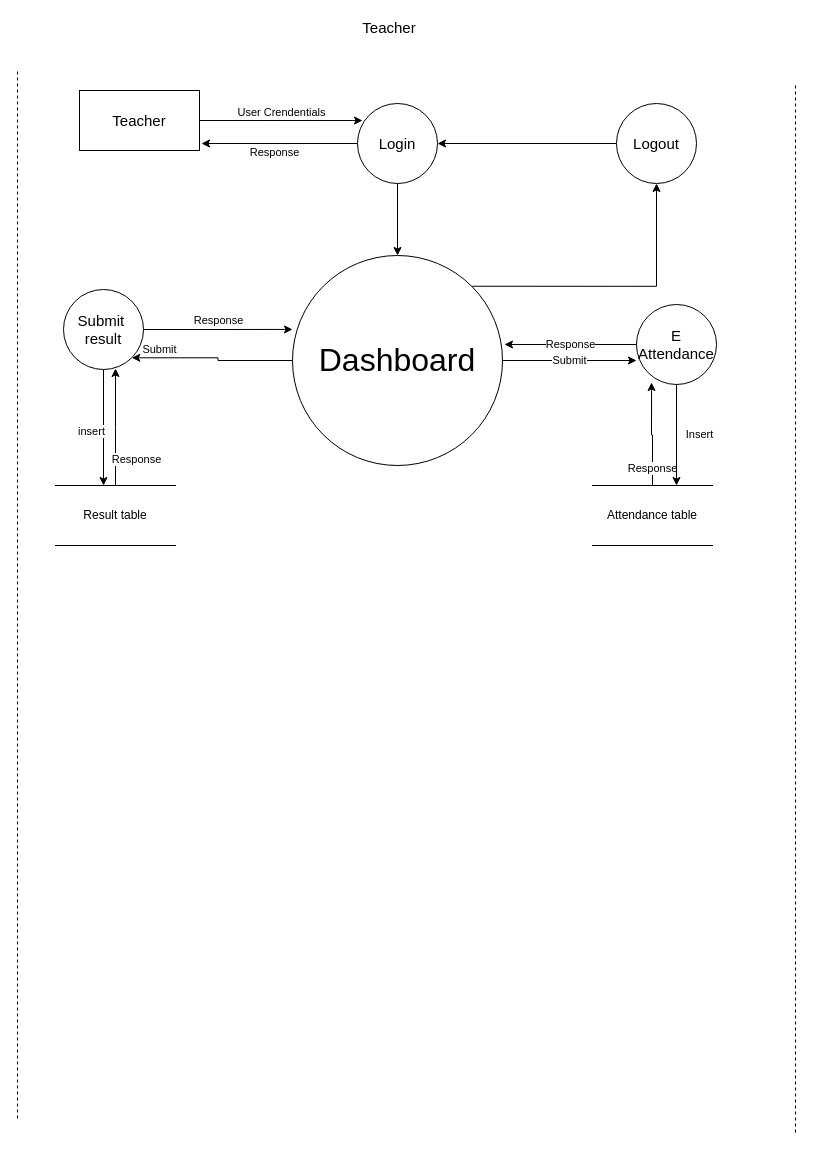
The draw.io diagram Diagrams/DFD/Teacher.drawio in MohsinAliSoomro/CES, before the edit. Source tidied: cells renumbered, new cells numbered last; positions are measured from the earlier drawing's top-left corner, leaving out a move shared by most shapes. Both pictures are drawn from the tidied source at 100%, with x=0, y=0 at pixel (17, 17).
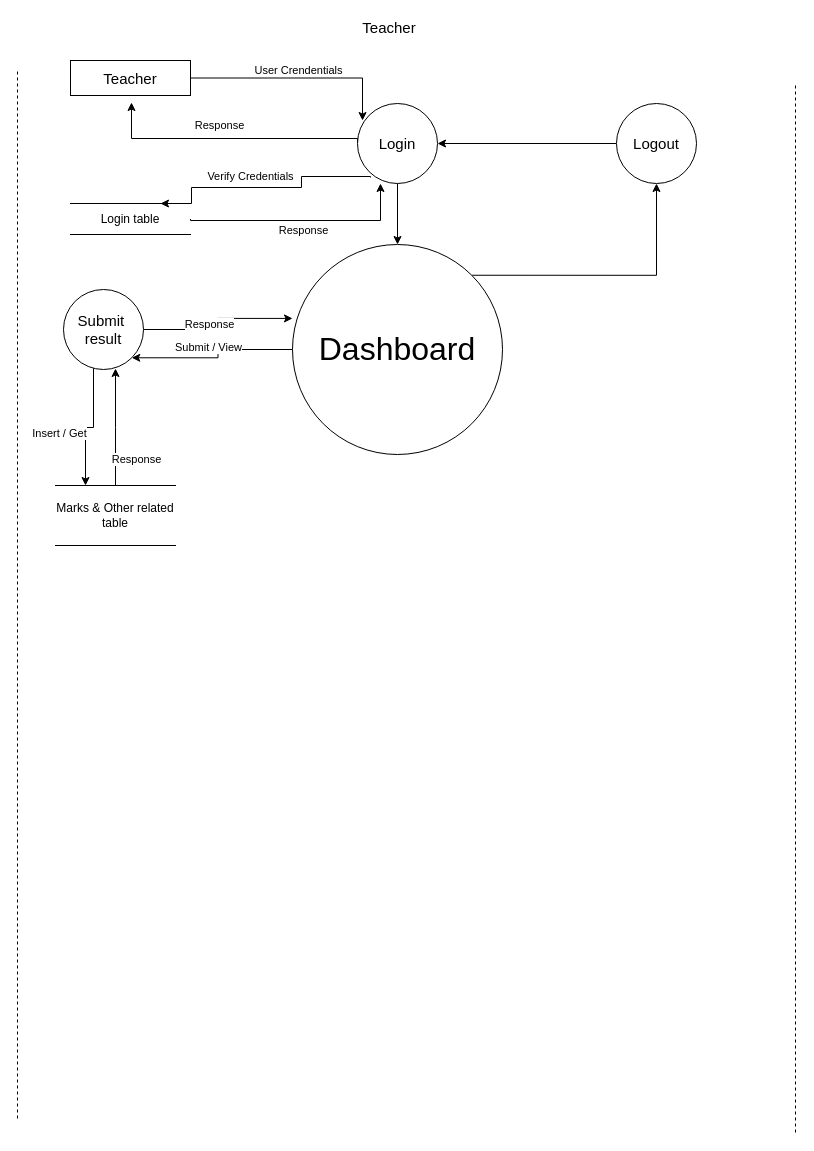
The same diagram, later.

Unchanged cells that the change refers to:
```xml
<mxCell id="6" value="&lt;font style=&quot;font-size: 15px&quot;&gt;Login&lt;/font&gt;" style="ellipse;whiteSpace=wrap;html=1;" parent="1" vertex="1">
  <mxGeometry x="340" y="86" width="80" height="80" as="geometry" />
</mxCell>
<mxCell id="17" value="&lt;font style=&quot;font-size: 15px&quot;&gt;Submit&amp;nbsp;&lt;br&gt;result&lt;/font&gt;" style="ellipse;whiteSpace=wrap;html=1;" parent="1" vertex="1">
  <mxGeometry x="46" y="272" width="80" height="80" as="geometry" />
</mxCell>
```

The edit, as a diff of the source:
```diff
@@
     <mxCell id="3" value="&lt;font style=&quot;font-size: 15px&quot;&gt;Teacher&lt;/font&gt;" style="rounded=0;whiteSpace=wrap;html=1;" parent="1" vertex="1">
-      <mxGeometry x="62" y="73" width="120" height="60" as="geometry" />
+      <mxGeometry x="53" y="43" width="120" height="35" as="geometry" />
     </mxCell>
     <mxCell id="4" value="Response" style="edgeStyle=orthogonalEdgeStyle;rounded=0;jettySize=auto;html=1;exitX=0;exitY=0.5;exitDx=0;exitDy=0;" parent="1" edge="1" source="6">
-      <mxGeometry x="0.06" y="9" relative="1" as="geometry">
-        <mxPoint x="184" y="126" as="targetPoint" />
+      <mxGeometry x="0.07" y="-13" relative="1" as="geometry">
+        <mxPoint x="114" y="85" as="targetPoint" />
+        <Array as="points">
+          <mxPoint x="340" y="121" />
+          <mxPoint x="114" y="121" />
+        </Array>
       </mxGeometry>
     </mxCell>
@@
-    <mxCell id="10" value="Submit" style="edgeStyle=orthogonalEdgeStyle;rounded=0;jettySize=auto;html=1;exitX=0;exitY=0.5;exitDx=0;exitDy=0;entryX=1;entryY=1;entryDx=0;entryDy=0;" parent="1" edge="1" source="12" target="17">
-      <mxGeometry x="0.67" y="-8" relative="1" as="geometry" />
+    <mxCell id="10" value="Submit / View" style="edgeStyle=orthogonalEdgeStyle;rounded=0;jettySize=auto;html=1;exitX=0;exitY=0.5;exitDx=0;exitDy=0;entryX=1;entryY=1;entryDx=0;entryDy=0;" parent="1" edge="1" source="12" target="17">
+      <mxGeometry x="0.09" y="-10" relative="1" as="geometry" />
     </mxCell>
-    <mxCell id="11" value="Submit" style="edgeStyle=orthogonalEdgeStyle;rounded=0;jettySize=auto;html=1;exitX=1;exitY=0.5;exitDx=0;exitDy=0;entryX=0;entryY=0.7;entryDx=0;entryDy=0;entryPerimeter=0;" parent="1" edge="1" source="12" target="24">
-      <mxGeometry relative="1" as="geometry" />
-    </mxCell>
     <mxCell id="12" value="&lt;font style=&quot;font-size: 32px&quot;&gt;Dashboard&lt;/font&gt;" style="ellipse;whiteSpace=wrap;html=1;" parent="1" vertex="1">
-      <mxGeometry x="275" y="238" width="210" height="210" as="geometry" />
+      <mxGeometry x="275" y="227" width="210" height="210" as="geometry" />
     </mxCell>
@@
-    <mxCell id="16" value="insert" style="edgeStyle=orthogonalEdgeStyle;rounded=0;jettySize=auto;html=1;exitX=0.5;exitY=1;exitDx=0;exitDy=0;entryX=0.4;entryY=0;entryDx=0;entryDy=0;entryPerimeter=0;" parent="1" edge="1" source="17" target="19">
-      <mxGeometry x="0.07" y="-12" relative="1" as="geometry" />
+    <mxCell id="16" value="Insert / Get" style="edgeStyle=orthogonalEdgeStyle;rounded=0;jettySize=auto;html=1;entryX=0.25;entryY=0;entryDx=0;entryDy=0;" parent="1" edge="1" source="17" target="19">
+      <mxGeometry x="0.16" y="-26" relative="1" as="geometry">
+        <Array as="points">
+          <mxPoint x="76" y="410" />
+          <mxPoint x="68" y="410" />
+        </Array>
+      </mxGeometry>
     </mxCell>
@@
-    <mxCell id="19" value="&lt;font style=&quot;font-size: 12px&quot;&gt;Result table&lt;/font&gt;" style="shape=partialRectangle;whiteSpace=wrap;html=1;left=0;right=0;fillColor=none;" parent="1" vertex="1">
+    <mxCell id="19" value="&lt;font style=&quot;font-size: 12px&quot;&gt;Marks &amp;amp; Other related table&lt;/font&gt;" style="shape=partialRectangle;whiteSpace=wrap;html=1;left=0;right=0;fillColor=none;" parent="1" vertex="1">
       <mxGeometry x="38" y="468" width="120" height="60" as="geometry" />
     </mxCell>
-    <mxCell id="20" value="Response" style="edgeStyle=orthogonalEdgeStyle;rounded=0;jettySize=auto;html=1;exitX=0.5;exitY=0;exitDx=0;exitDy=0;entryX=0.188;entryY=0.975;entryDx=0;entryDy=0;entryPerimeter=0;" parent="1" edge="1" source="21" target="24">
-      <mxGeometry x="-0.01" y="32" relative="1" as="geometry">
-        <mxPoint y="1" as="offset" />
-      </mxGeometry>
-    </mxCell>
-    <mxCell id="21" value="Attendance table" style="shape=partialRectangle;whiteSpace=wrap;html=1;left=0;right=0;fillColor=none;" parent="1" vertex="1">
-      <mxGeometry x="575" y="468" width="120" height="60" as="geometry" />
-    </mxCell>
-    <mxCell id="22" value="Response" style="edgeStyle=orthogonalEdgeStyle;rounded=0;jettySize=auto;html=1;exitX=0;exitY=0.5;exitDx=0;exitDy=0;" parent="1" edge="1" source="24">
-      <mxGeometry relative="1" as="geometry">
-        <mxPoint x="487" y="327" as="targetPoint" />
-        <Array as="points">
-          <mxPoint x="558" y="327" />
-          <mxPoint x="558" y="327" />
-        </Array>
-      </mxGeometry>
-    </mxCell>
-    <mxCell id="23" value="Insert" style="edgeStyle=orthogonalEdgeStyle;rounded=0;jettySize=auto;html=1;exitX=0.5;exitY=1;exitDx=0;exitDy=0;entryX=0.7;entryY=0;entryDx=0;entryDy=0;entryPerimeter=0;" parent="1" edge="1" source="24" target="21">
-      <mxGeometry x="-0.01" y="23" relative="1" as="geometry" />
-    </mxCell>
-    <mxCell id="24" value="&lt;font style=&quot;font-size: 15px&quot;&gt;E&lt;br&gt;Attendance&lt;/font&gt;" style="ellipse;whiteSpace=wrap;html=1;" parent="1" vertex="1">
-      <mxGeometry x="619" y="287" width="80" height="80" as="geometry" />
-    </mxCell>
@@
+    <mxCell id="26" value="Verify Credentials" style="edgeStyle=orthogonalEdgeStyle;rounded=0;jettySize=auto;html=1;entryX=0.75;entryY=0;entryDx=0;entryDy=0;exitX=0.038;exitY=0.713;exitDx=0;exitDy=0;exitPerimeter=0;" parent="1" edge="1" target="28">
+      <mxGeometry x="0.11" y="-11" relative="1" as="geometry">
+        <mxPoint x="353" y="160" as="sourcePoint" />
+        <Array as="points">
+          <mxPoint x="353" y="159" />
+          <mxPoint x="284" y="159" />
+          <mxPoint x="284" y="170" />
+          <mxPoint x="174" y="170" />
+          <mxPoint x="174" y="186" />
+        </Array>
+      </mxGeometry>
+    </mxCell>
+    <mxCell id="27" value="Response" style="edgeStyle=orthogonalEdgeStyle;rounded=0;jettySize=auto;html=1;exitX=1;exitY=0.5;exitDx=0;exitDy=0;entryX=0.288;entryY=0.975;entryDx=0;entryDy=0;entryPerimeter=0;" parent="1" edge="1" source="28">
+      <mxGeometry y="-10" relative="1" as="geometry">
+        <mxPoint x="363" y="166" as="targetPoint" />
+        <Array as="points">
+          <mxPoint x="173" y="203" />
+          <mxPoint x="363" y="203" />
+        </Array>
+      </mxGeometry>
+    </mxCell>
+    <mxCell id="28" value="Login table" style="shape=partialRectangle;whiteSpace=wrap;html=1;left=0;right=0;fillColor=none;" parent="1" vertex="1">
+      <mxGeometry x="53" y="186" width="120" height="31" as="geometry" />
+    </mxCell>
```
